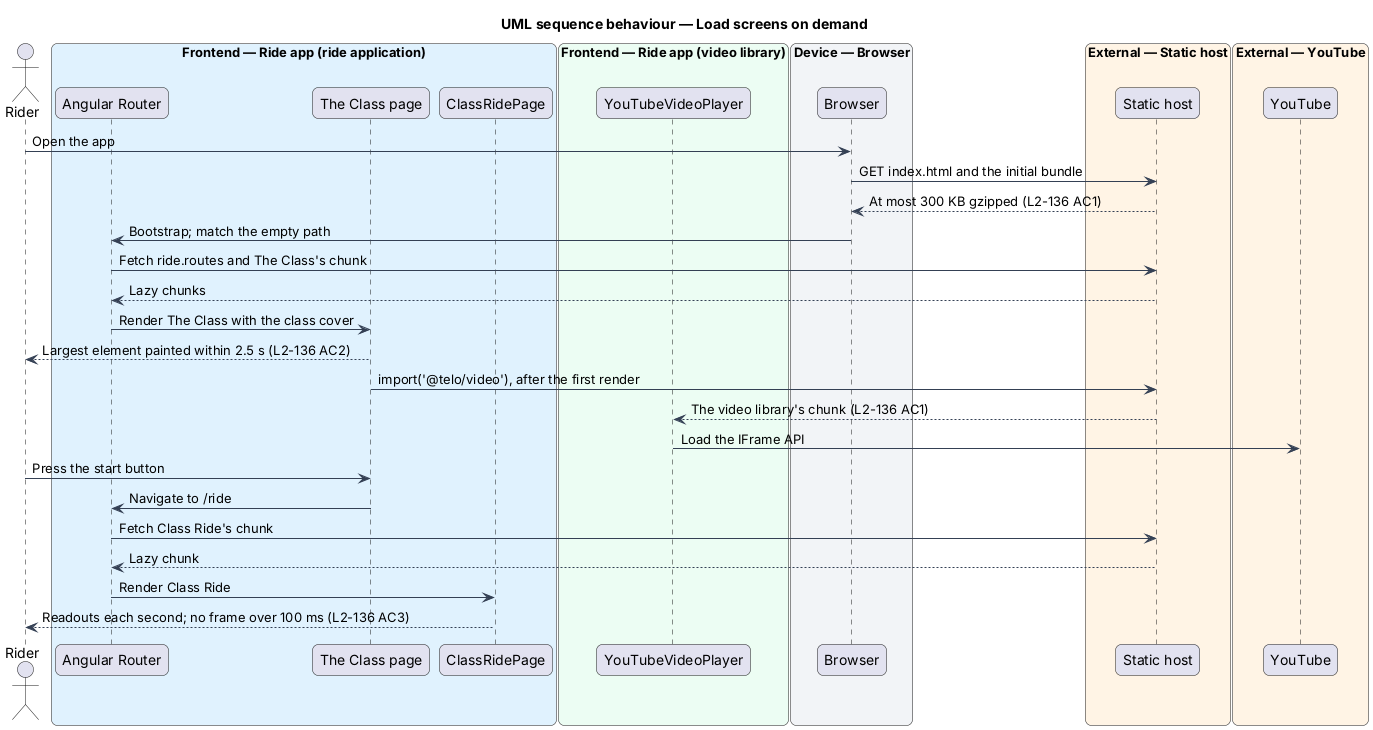
QuinntyneBrown/ride-one keeps this PlantUML diagram as docs/detailed-designs/performance/meet-performance-budgets/diagrams/sequence-load-screens-on-demand.png. Above is the earlier version.
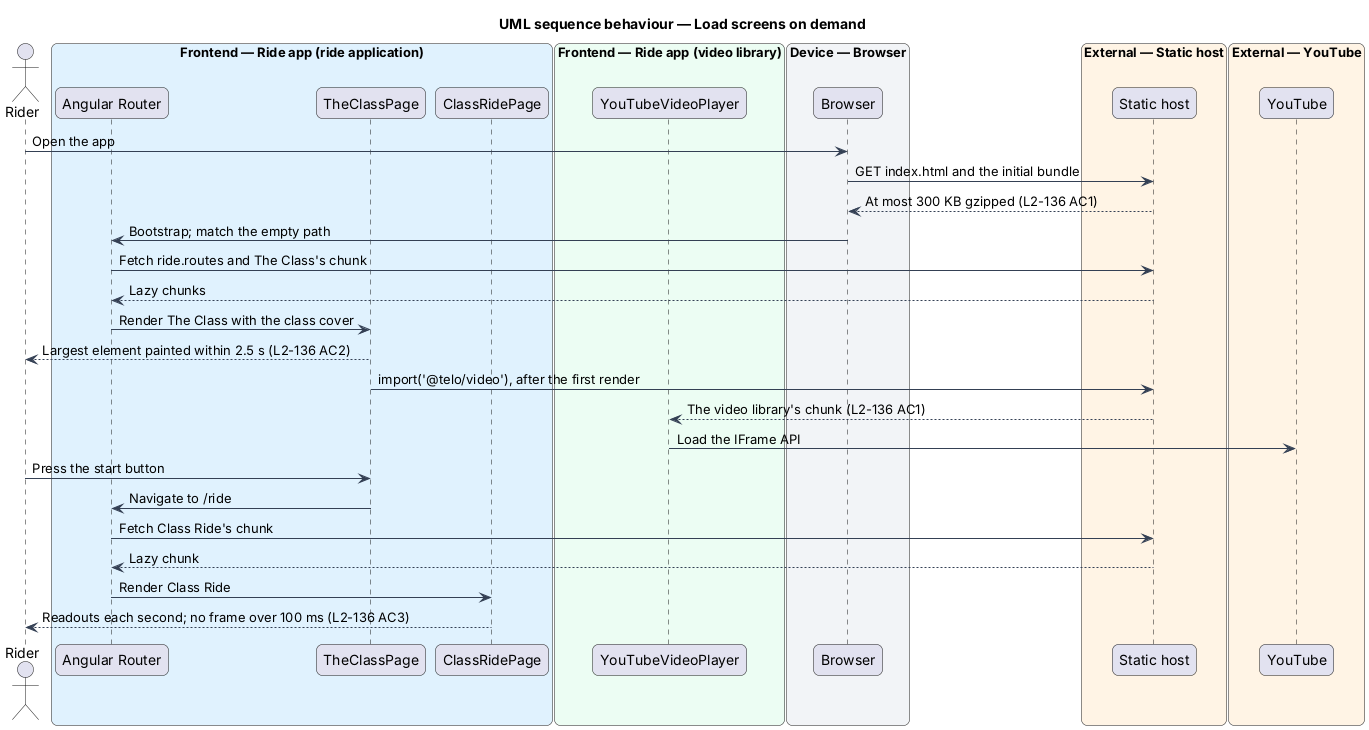
The same diagram one commit later.

Diff of the diagram source:
```diff
@@ -17,7 +17,7 @@
 actor "Rider" as rider
 box "Frontend — Ride app (ride application)" #E0F2FE
   participant "Angular Router" as router
-  participant "The Class page" as classPage
+  participant "TheClassPage" as classPage
   participant "ClassRidePage" as ridePage
 end box
 box "Frontend — Ride app (video library)" #ECFDF3
```
